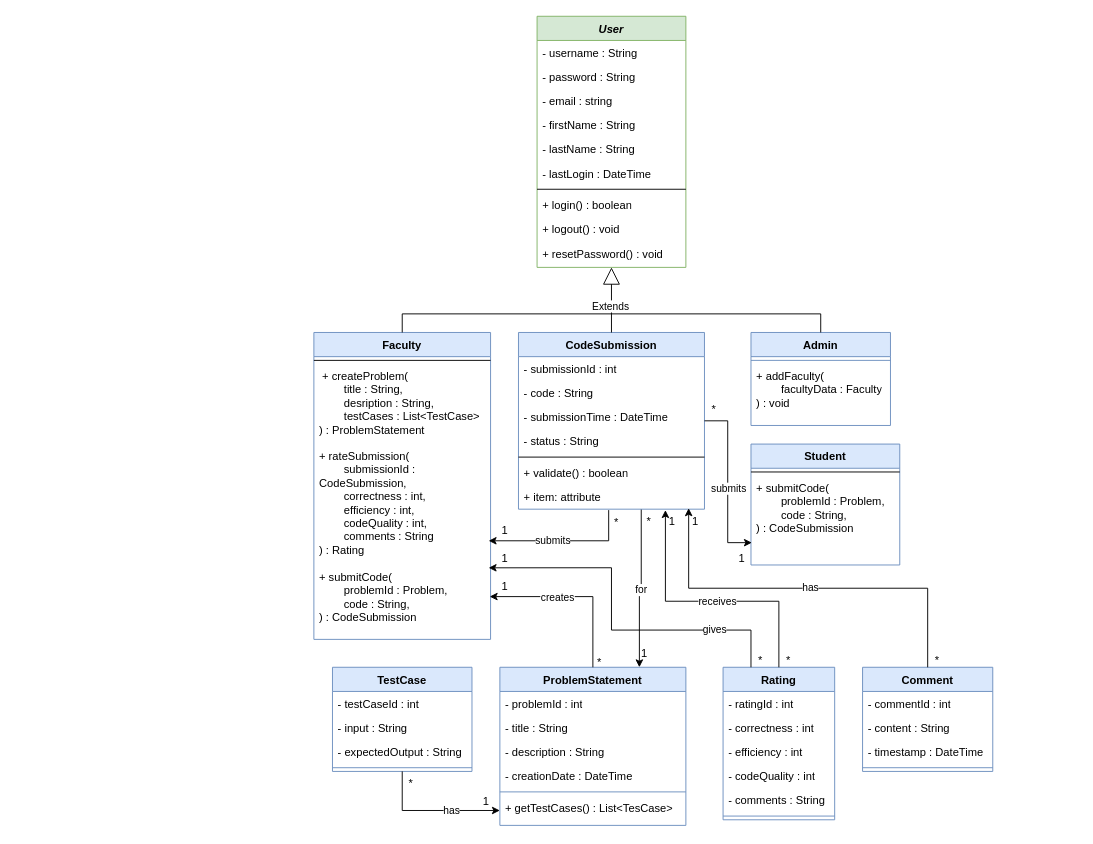
Above: UML Class Diagram.drawio in shamim36/Final-Defence-Diagram (draw.io), before the change. Source tidied: cells renumbered, new cells numbered last; positions are measured from the earlier drawing's top-left corner, leaving out a move shared by most shapes. Both pictures are drawn from the tidied source at 93%, with x=0, y=0 at pixel (313, 16).
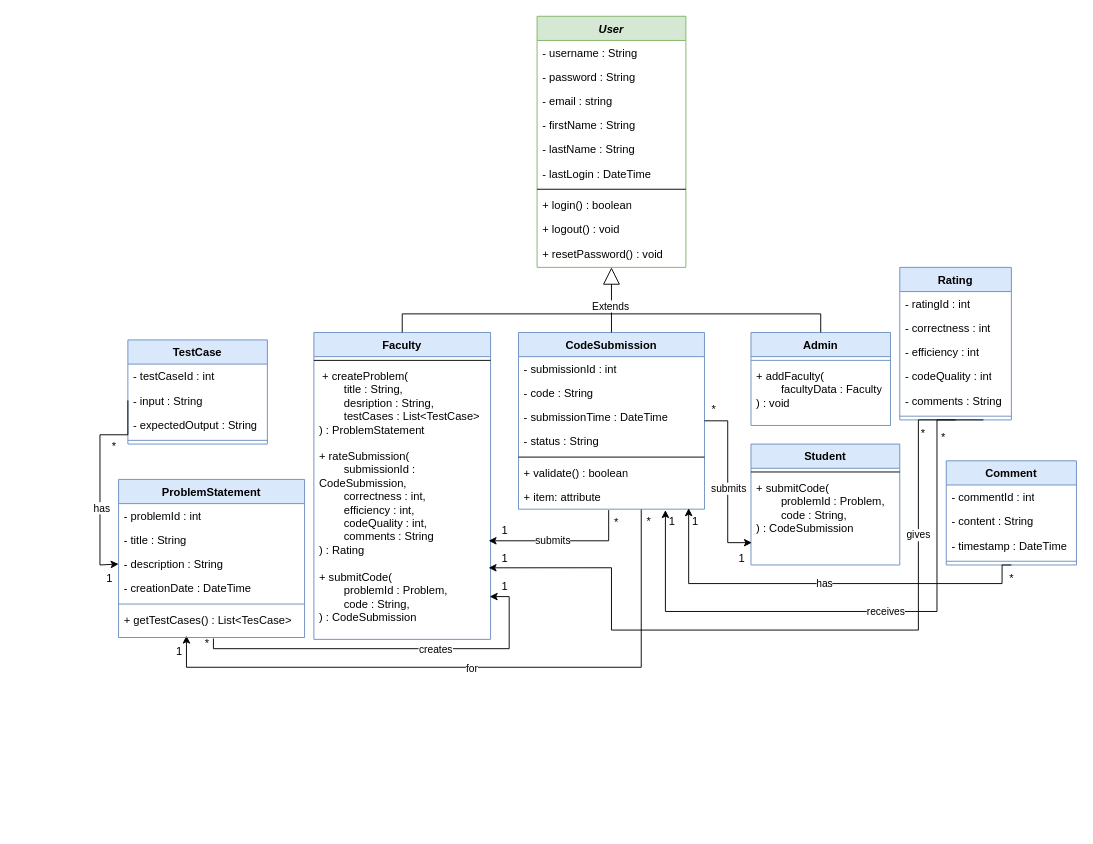
The same diagram, later.

Unchanged cells that the change refers to:
```xml
<mxCell id="22" value="+ item: attribute" style="text;strokeColor=none;fillColor=none;align=left;verticalAlign=top;spacingLeft=4;spacingRight=4;overflow=hidden;points=[[0,0.5],[1,0.5]];portConstraint=eastwest;whiteSpace=wrap;html=1;" parent="15" vertex="1">
  <mxGeometry y="164" width="200" height="26" as="geometry" />
</mxCell>
<mxCell id="27" value="+ submitCode(&lt;div&gt;&lt;span style=&quot;white-space: pre;&quot;&gt;&#9;&lt;/span&gt;problemId : Problem,&lt;br&gt;&lt;/div&gt;&lt;div&gt;&lt;span style=&quot;white-space: pre;&quot;&gt;&#9;&lt;/span&gt;code : String,&lt;/div&gt;&lt;div&gt;) : CodeSubmission&lt;/div&gt;" style="text;strokeColor=none;fillColor=none;align=left;verticalAlign=top;spacingLeft=4;spacingRight=4;overflow=hidden;points=[[0,0.5],[1,0.5]];portConstraint=eastwest;whiteSpace=wrap;html=1;" parent="23" vertex="1">
  <mxGeometry y="250" width="190" height="80" as="geometry" />
</mxCell>
<mxCell id="41" value="- description : String" style="text;strokeColor=none;fillColor=none;align=left;verticalAlign=top;spacingLeft=4;spacingRight=4;overflow=hidden;points=[[0,0.5],[1,0.5]];portConstraint=eastwest;whiteSpace=wrap;html=1;" parent="38" vertex="1">
  <mxGeometry y="78" width="200" height="26" as="geometry" />
</mxCell>
<mxCell id="44" value="+ getTestCases() : List&amp;lt;TesCase&amp;gt;" style="text;strokeColor=none;fillColor=none;align=left;verticalAlign=top;spacingLeft=4;spacingRight=4;overflow=hidden;points=[[0,0.5],[1,0.5]];portConstraint=eastwest;whiteSpace=wrap;html=1;" parent="38" vertex="1">
  <mxGeometry y="138" width="200" height="32" as="geometry" />
</mxCell>
<mxCell id="47" value="- input : String" style="text;strokeColor=none;fillColor=none;align=left;verticalAlign=top;spacingLeft=4;spacingRight=4;overflow=hidden;points=[[0,0.5],[1,0.5]];portConstraint=eastwest;whiteSpace=wrap;html=1;" parent="45" vertex="1">
  <mxGeometry y="52" width="150" height="26" as="geometry" />
</mxCell>
<mxCell id="69" value="*" style="text;html=1;align=center;verticalAlign=middle;points=[];strokeColor=none;fillColor=none;" parent="1" vertex="1">
  <mxGeometry x="345" y="528" width="30" height="30" as="geometry" />
</mxCell>
```

What changed in the source:
```diff
@@
-    <mxCell id="13" style="edgeStyle=orthogonalEdgeStyle;rounded=0;jettySize=auto;html=1;entryX=0.75;entryY=0;entryDx=0;entryDy=0;exitX=0.66;exitY=1;exitDx=0;exitDy=0;exitPerimeter=0;" parent="1" edge="1" source="22" target="38">
-      <mxGeometry relative="1" as="geometry" />
+    <mxCell id="13" style="edgeStyle=orthogonalEdgeStyle;rounded=0;jettySize=auto;html=1;entryX=0.365;entryY=0.938;entryDx=0;entryDy=0;exitX=0.66;exitY=1;exitDx=0;exitDy=0;exitPerimeter=0;entryPerimeter=0;" parent="1" edge="1" source="22" target="44">
+      <mxGeometry relative="1" as="geometry">
+        <Array as="points">
+          <mxPoint x="352" y="700" />
+          <mxPoint x="-137" y="700" />
+        </Array>
+      </mxGeometry>
     </mxCell>
@@
     <mxCell id="31" value="Rating" style="swimlane;fontStyle=1;align=center;verticalAlign=top;horizontal=1;startSize=26;whiteSpace=wrap;html=1;fillColor=#dae8fc;strokeColor=#6c8ebf;" parent="1" vertex="1">
-      <mxGeometry x="440" y="700" width="120" height="164" as="geometry" />
+      <mxGeometry x="630" y="270" width="120" height="164" as="geometry" />
     </mxCell>
@@
     <mxCell id="38" value="ProblemStatement" style="swimlane;fontStyle=1;align=center;verticalAlign=top;horizontal=1;startSize=26;whiteSpace=wrap;html=1;fillColor=#dae8fc;strokeColor=#6c8ebf;" parent="1" vertex="1">
-      <mxGeometry x="200" y="700" width="200" height="170" as="geometry" />
+      <mxGeometry x="-210" y="498" width="200" height="170" as="geometry" />
     </mxCell>
@@
     <mxCell id="45" value="TestCase" style="swimlane;fontStyle=1;align=center;verticalAlign=top;horizontal=1;startSize=26;whiteSpace=wrap;html=1;fillColor=#dae8fc;strokeColor=#6c8ebf;" parent="1" vertex="1">
-      <mxGeometry x="20" y="700" width="150" height="112" as="geometry" />
+      <mxGeometry x="-200" y="348" width="150" height="112" as="geometry" />
     </mxCell>
@@
     <mxCell id="50" value="Comment" style="swimlane;fontStyle=1;align=center;verticalAlign=top;horizontal=1;startSize=26;whiteSpace=wrap;html=1;fillColor=#dae8fc;strokeColor=#6c8ebf;" parent="1" vertex="1">
-      <mxGeometry x="590" y="700" width="140" height="112" as="geometry" />
+      <mxGeometry x="680" y="478" width="140" height="112" as="geometry" />
     </mxCell>
@@
-    <mxCell id="64" style="edgeStyle=orthogonalEdgeStyle;rounded=0;jettySize=auto;html=1;exitX=0.5;exitY=0;exitDx=0;exitDy=0;entryX=0.915;entryY=0.962;entryDx=0;entryDy=0;entryPerimeter=0;" parent="1" edge="1" source="50" target="22">
-      <mxGeometry relative="1" as="geometry" />
+    <mxCell id="64" style="edgeStyle=orthogonalEdgeStyle;rounded=0;jettySize=auto;html=1;exitX=0.5;exitY=1;exitDx=0;exitDy=0;entryX=0.915;entryY=0.962;entryDx=0;entryDy=0;entryPerimeter=0;" parent="1" edge="1" source="50" target="22">
+      <mxGeometry relative="1" as="geometry">
+        <Array as="points">
+          <mxPoint x="740" y="610" />
+          <mxPoint x="403" y="610" />
+        </Array>
+      </mxGeometry>
     </mxCell>
@@
     <mxCell id="66" value="*" style="text;html=1;align=center;verticalAlign=middle;strokeColor=none;fillColor=none;" parent="1" vertex="1">
-      <mxGeometry x="655" y="678" width="30" height="30" as="geometry" />
+      <mxGeometry x="640" y="434" width="30" height="30" as="geometry" />
     </mxCell>
@@
     <mxCell id="68" value="1" style="text;html=1;align=center;verticalAlign=middle;strokeColor=none;fillColor=none;" parent="1" vertex="1">
-      <mxGeometry x="340" y="670" width="30" height="30" as="geometry" />
+      <mxGeometry x="-160" y="668" width="30" height="30" as="geometry" />
     </mxCell>
@@
-    <mxCell id="70" style="edgeStyle=orthogonalEdgeStyle;rounded=0;jettySize=auto;html=1;exitX=0.5;exitY=0;exitDx=0;exitDy=0;entryX=1.1;entryY=0.1;entryDx=0;entryDy=0;entryPerimeter=0;" parent="1" edge="1" source="31" target="69">
-      <mxGeometry relative="1" as="geometry" />
+    <mxCell id="70" style="edgeStyle=orthogonalEdgeStyle;rounded=0;jettySize=auto;html=1;exitX=0.75;exitY=1;exitDx=0;exitDy=0;entryX=1.1;entryY=0.1;entryDx=0;entryDy=0;entryPerimeter=0;" parent="1" edge="1" source="31" target="69">
+      <mxGeometry relative="1" as="geometry">
+        <Array as="points">
+          <mxPoint x="670" y="434" />
+          <mxPoint x="670" y="640" />
+          <mxPoint x="378" y="640" />
+        </Array>
+      </mxGeometry>
     </mxCell>
@@
     <mxCell id="72" value="*" style="text;html=1;align=center;verticalAlign=middle;strokeColor=none;fillColor=none;" parent="1" vertex="1">
-      <mxGeometry x="495" y="678" width="30" height="30" as="geometry" />
+      <mxGeometry x="735" y="590" width="30" height="30" as="geometry" />
     </mxCell>
@@
-    <mxCell id="74" style="edgeStyle=orthogonalEdgeStyle;rounded=0;jettySize=auto;html=1;exitX=0.25;exitY=0;exitDx=0;exitDy=0;entryX=0.989;entryY=0.038;entryDx=0;entryDy=0;entryPerimeter=0;" parent="1" edge="1" source="31" target="27">
+    <mxCell id="74" style="edgeStyle=orthogonalEdgeStyle;rounded=0;jettySize=auto;html=1;exitX=0.5;exitY=1;exitDx=0;exitDy=0;entryX=0.989;entryY=0.038;entryDx=0;entryDy=0;entryPerimeter=0;" parent="1" edge="1" source="31" target="27">
       <mxGeometry relative="1" as="geometry">
         <Array as="points">
-          <mxPoint x="470" y="660" />
+          <mxPoint x="650" y="434" />
+          <mxPoint x="650" y="660" />
           <mxPoint x="320" y="660" />
           <mxPoint x="320" y="593" />
         </Array>
       </mxGeometry>
     </mxCell>
@@
     <mxCell id="76" value="*" style="text;html=1;align=center;verticalAlign=middle;strokeColor=none;fillColor=none;" parent="1" vertex="1">
-      <mxGeometry x="465" y="678" width="30" height="30" as="geometry" />
+      <mxGeometry x="-230" y="448" width="30" height="30" as="geometry" />
     </mxCell>
@@
-    <mxCell id="78" style="edgeStyle=orthogonalEdgeStyle;rounded=0;jettySize=auto;html=1;entryX=0;entryY=0.5;entryDx=0;entryDy=0;" parent="1" edge="1" source="45" target="44">
-      <mxGeometry relative="1" as="geometry" />
+    <mxCell id="78" style="edgeStyle=orthogonalEdgeStyle;rounded=0;jettySize=auto;html=1;entryX=0;entryY=0.5;entryDx=0;entryDy=0;exitX=0;exitY=0.5;exitDx=0;exitDy=0;" parent="1" edge="1" source="47" target="41">
+      <mxGeometry relative="1" as="geometry">
+        <Array as="points">
+          <mxPoint x="-200" y="450" />
+          <mxPoint x="-230" y="450" />
+          <mxPoint x="-230" y="590" />
+        </Array>
+      </mxGeometry>
     </mxCell>
@@
-    <mxCell id="80" value="1" style="text;html=1;align=center;verticalAlign=middle;strokeColor=none;fillColor=none;" parent="1" vertex="1">
-      <mxGeometry x="170" y="830" width="30" height="30" as="geometry" />
-    </mxCell>
     <mxCell id="81" value="*" style="text;html=1;align=center;verticalAlign=middle;strokeColor=none;fillColor=none;" parent="1" vertex="1">
-      <mxGeometry x="89" y="810" width="30" height="30" as="geometry" />
+      <mxGeometry x="-130" y="660" width="30" height="30" as="geometry" />
     </mxCell>
-    <mxCell id="82" style="edgeStyle=orthogonalEdgeStyle;rounded=0;jettySize=auto;html=1;exitX=0.5;exitY=0;exitDx=0;exitDy=0;entryX=0.995;entryY=0.425;entryDx=0;entryDy=0;entryPerimeter=0;" parent="1" edge="1" source="38" target="27">
-      <mxGeometry relative="1" as="geometry" />
+    <mxCell id="82" style="edgeStyle=orthogonalEdgeStyle;rounded=0;jettySize=auto;html=1;entryX=0.995;entryY=0.425;entryDx=0;entryDy=0;entryPerimeter=0;exitX=0.51;exitY=1.031;exitDx=0;exitDy=0;exitPerimeter=0;" parent="1" edge="1" source="44" target="27">
+      <mxGeometry relative="1" as="geometry">
+        <Array as="points">
+          <mxPoint x="-108" y="680" />
+          <mxPoint x="210" y="680" />
+          <mxPoint x="210" y="624" />
+        </Array>
+      </mxGeometry>
     </mxCell>
@@
     <mxCell id="85" value="&amp;nbsp;*" style="text;html=1;align=center;verticalAlign=middle;strokeColor=none;fillColor=none;" parent="1" vertex="1">
-      <mxGeometry x="290" y="680" width="30" height="30" as="geometry" />
+      <mxGeometry x="660" y="438" width="30" height="30" as="geometry" />
     </mxCell>
@@
+    <mxCell id="80" value="1" style="text;html=1;align=center;verticalAlign=middle;strokeColor=none;fillColor=none;" parent="1" vertex="1">
+      <mxGeometry x="-320" y="590" width="200" height="30" as="geometry" />
+    </mxCell>
```
